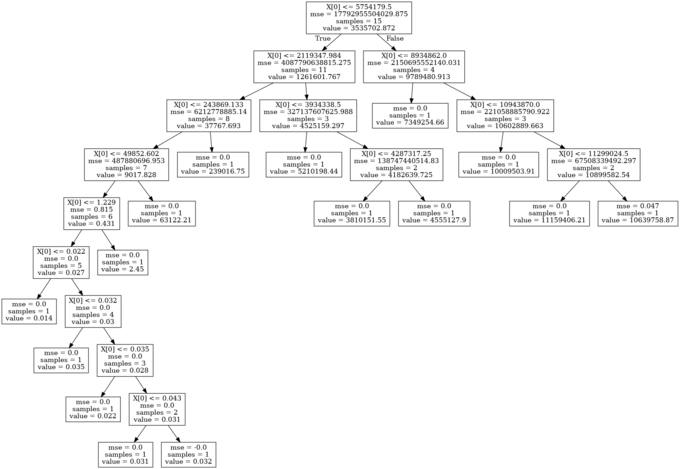
Above: dot_tree.png in Dimitrios-Mourtzilas/Business-Strategy (Graphviz), before the change. Its source is kept beside it as dot_tree.dot.
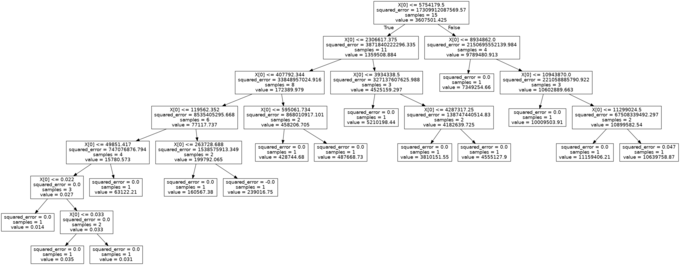
Above is the later version.

Change to the diagram source:
```diff
@@ -1,60 +1,61 @@
 digraph Tree {
-node [shape=box] ;
-0 [label="X[0] <= 5754179.5\nmse = 17792955504029.875\nsamples = 15\nvalue = 3535702.872"] ;
-1 [label="X[0] <= 2119347.984\nmse = 4087790638815.275\nsamples = 11\nvalue = 1261601.767"] ;
+node [shape=box, fontname="helvetica"] ;
+edge [fontname="helvetica"] ;
+0 [label="X[0] <= 5754179.5\nsquared_error = 17309912087569.57\nsamples = 15\nvalue = 3607501.425"] ;
+1 [label="X[0] <= 2306617.375\nsquared_error = 3871840222296.335\nsamples = 11\nvalue = 1359508.884"] ;
 0 -> 1 [labeldistance=2.5, labelangle=45, headlabel="True"] ;
-2 [label="X[0] <= 243869.133\nmse = 6212778885.14\nsamples = 8\nvalue = 37767.693"] ;
+2 [label="X[0] <= 407792.344\nsquared_error = 33848957024.916\nsamples = 8\nvalue = 172389.979"] ;
 1 -> 2 ;
-3 [label="X[0] <= 49852.602\nmse = 487880696.953\nsamples = 7\nvalue = 9017.828"] ;
+3 [label="X[0] <= 119562.352\nsquared_error = 8535405295.668\nsamples = 6\nvalue = 77117.737"] ;
 2 -> 3 ;
-4 [label="X[0] <= 1.229\nmse = 0.815\nsamples = 6\nvalue = 0.431"] ;
+4 [label="X[0] <= 49851.417\nsquared_error = 747076876.794\nsamples = 4\nvalue = 15780.573"] ;
 3 -> 4 ;
-5 [label="X[0] <= 0.022\nmse = 0.0\nsamples = 5\nvalue = 0.027"] ;
+5 [label="X[0] <= 0.022\nsquared_error = 0.0\nsamples = 3\nvalue = 0.027"] ;
 4 -> 5 ;
-6 [label="mse = 0.0\nsamples = 1\nvalue = 0.014"] ;
+6 [label="squared_error = 0.0\nsamples = 1\nvalue = 0.014"] ;
 5 -> 6 ;
-7 [label="X[0] <= 0.032\nmse = 0.0\nsamples = 4\nvalue = 0.03"] ;
+7 [label="X[0] <= 0.033\nsquared_error = 0.0\nsamples = 2\nvalue = 0.033"] ;
 5 -> 7 ;
-8 [label="mse = 0.0\nsamples = 1\nvalue = 0.035"] ;
+8 [label="squared_error = 0.0\nsamples = 1\nvalue = 0.035"] ;
 7 -> 8 ;
-9 [label="X[0] <= 0.035\nmse = 0.0\nsamples = 3\nvalue = 0.028"] ;
+9 [label="squared_error = 0.0\nsamples = 1\nvalue = 0.031"] ;
 7 -> 9 ;
-10 [label="mse = 0.0\nsamples = 1\nvalue = 0.022"] ;
-9 -> 10 ;
-11 [label="X[0] <= 0.043\nmse = 0.0\nsamples = 2\nvalue = 0.031"] ;
-9 -> 11 ;
-12 [label="mse = 0.0\nsamples = 1\nvalue = 0.031"] ;
+10 [label="squared_error = 0.0\nsamples = 1\nvalue = 63122.21"] ;
+4 -> 10 ;
+11 [label="X[0] <= 263728.688\nsquared_error = 1538575913.349\nsamples = 2\nvalue = 199792.065"] ;
+3 -> 11 ;
+12 [label="squared_error = 0.0\nsamples = 1\nvalue = 160567.38"] ;
 11 -> 12 ;
-13 [label="mse = -0.0\nsamples = 1\nvalue = 0.032"] ;
+13 [label="squared_error = -0.0\nsamples = 1\nvalue = 239016.75"] ;
 11 -> 13 ;
-14 [label="mse = 0.0\nsamples = 1\nvalue = 2.45"] ;
-4 -> 14 ;
-15 [label="mse = 0.0\nsamples = 1\nvalue = 63122.21"] ;
-3 -> 15 ;
-16 [label="mse = 0.0\nsamples = 1\nvalue = 239016.75"] ;
-2 -> 16 ;
-17 [label="X[0] <= 3934338.5\nmse = 327137607625.988\nsamples = 3\nvalue = 4525159.297"] ;
+14 [label="X[0] <= 595061.734\nsquared_error = 868010917.101\nsamples = 2\nvalue = 458206.705"] ;
+2 -> 14 ;
+15 [label="squared_error = 0.0\nsamples = 1\nvalue = 428744.68"] ;
+14 -> 15 ;
+16 [label="squared_error = 0.0\nsamples = 1\nvalue = 487668.73"] ;
+14 -> 16 ;
+17 [label="X[0] <= 3934338.5\nsquared_error = 327137607625.988\nsamples = 3\nvalue = 4525159.297"] ;
 1 -> 17 ;
-18 [label="mse = 0.0\nsamples = 1\nvalue = 5210198.44"] ;
+18 [label="squared_error = 0.0\nsamples = 1\nvalue = 5210198.44"] ;
 17 -> 18 ;
-19 [label="X[0] <= 4287317.25\nmse = 138747440514.83\nsamples = 2\nvalue = 4182639.725"] ;
+19 [label="X[0] <= 4287317.25\nsquared_error = 138747440514.83\nsamples = 2\nvalue = 4182639.725"] ;
 17 -> 19 ;
-20 [label="mse = 0.0\nsamples = 1\nvalue = 3810151.55"] ;
+20 [label="squared_error = 0.0\nsamples = 1\nvalue = 3810151.55"] ;
 19 -> 20 ;
-21 [label="mse = 0.0\nsamples = 1\nvalue = 4555127.9"] ;
+21 [label="squared_error = 0.0\nsamples = 1\nvalue = 4555127.9"] ;
 19 -> 21 ;
-22 [label="X[0] <= 8934862.0\nmse = 2150695552140.031\nsamples = 4\nvalue = 9789480.913"] ;
+22 [label="X[0] <= 8934862.0\nsquared_error = 2150695552139.984\nsamples = 4\nvalue = 9789480.913"] ;
 0 -> 22 [labeldistance=2.5, labelangle=-45, headlabel="False"] ;
-23 [label="mse = 0.0\nsamples = 1\nvalue = 7349254.66"] ;
+23 [label="squared_error = 0.0\nsamples = 1\nvalue = 7349254.66"] ;
 22 -> 23 ;
-24 [label="X[0] <= 10943870.0\nmse = 221058885790.922\nsamples = 3\nvalue = 10602889.663"] ;
+24 [label="X[0] <= 10943870.0\nsquared_error = 221058885790.922\nsamples = 3\nvalue = 10602889.663"] ;
 22 -> 24 ;
-25 [label="mse = 0.0\nsamples = 1\nvalue = 10009503.91"] ;
+25 [label="squared_error = 0.0\nsamples = 1\nvalue = 10009503.91"] ;
 24 -> 25 ;
-26 [label="X[0] <= 11299024.5\nmse = 67508339492.297\nsamples = 2\nvalue = 10899582.54"] ;
+26 [label="X[0] <= 11299024.5\nsquared_error = 67508339492.297\nsamples = 2\nvalue = 10899582.54"] ;
 24 -> 26 ;
-27 [label="mse = 0.0\nsamples = 1\nvalue = 11159406.21"] ;
+27 [label="squared_error = 0.0\nsamples = 1\nvalue = 11159406.21"] ;
 26 -> 27 ;
-28 [label="mse = 0.047\nsamples = 1\nvalue = 10639758.87"] ;
+28 [label="squared_error = 0.047\nsamples = 1\nvalue = 10639758.87"] ;
 26 -> 28 ;
 }
```
